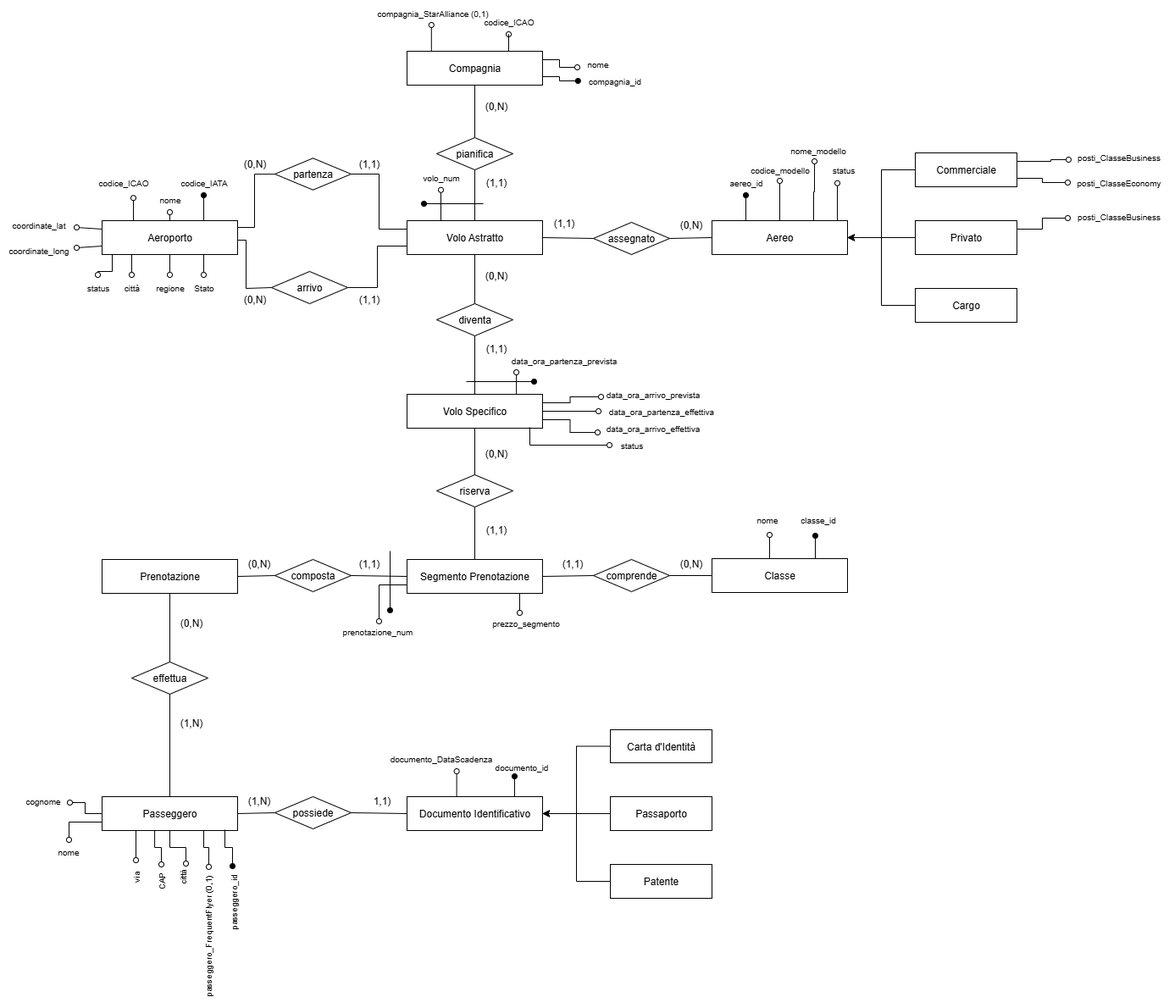
Above: SchemaEntityRelationship.png in beatricebi/CompagniaAerea (draw.io), before the change. Source tidied: cells renumbered, new cells last; positions are measured from the earlier drawing's top-left corner, leaving out a move shared by most shapes.
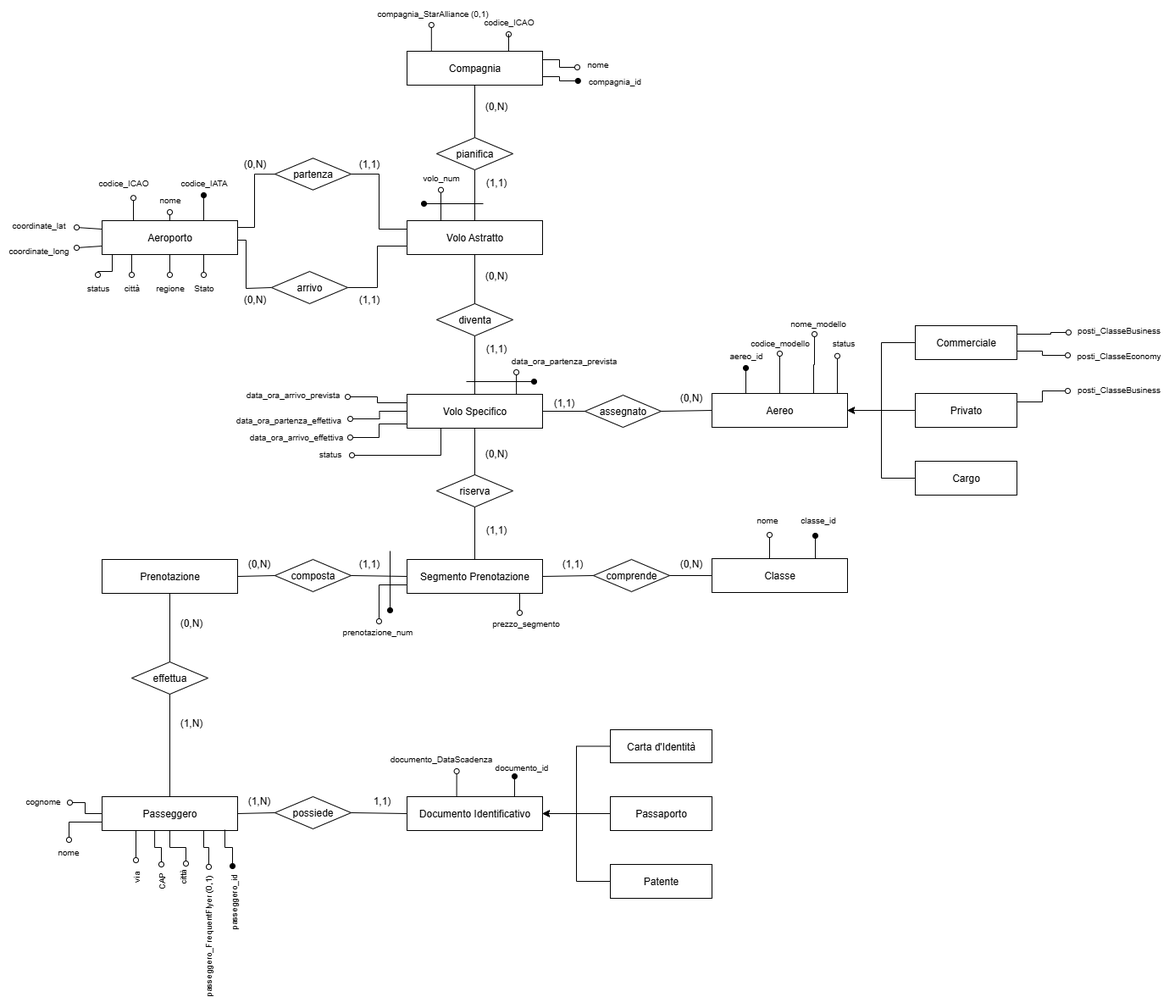
The same file after the commit.

The edit, as a diff of the source:
```diff
@@ -101,12 +101,12 @@
       <mxGeometry relative="1" as="geometry" />
     </mxCell>
     <mxCell id="30" value="Aereo" style="rounded=0;whiteSpace=wrap;html=1;" parent="1" vertex="1">
-      <mxGeometry x="840" y="260" width="160" height="40" as="geometry" />
+      <mxGeometry x="840" y="464" width="160" height="40" as="geometry" />
     </mxCell>
     <mxCell id="31" value="assegnato" style="rhombus;whiteSpace=wrap;html=1;" parent="1" vertex="1">
-      <mxGeometry x="700" y="262" width="90" height="38" as="geometry" />
+      <mxGeometry x="690" y="466" width="90" height="38" as="geometry" />
     </mxCell>
-    <mxCell id="32" style="endArrow=none;html=1;rounded=0;exitX=1;exitY=0.5;exitDx=0;exitDy=0;entryX=0;entryY=0.5;entryDx=0;entryDy=0;" parent="1" edge="1" source="26" target="31">
+    <mxCell id="32" style="endArrow=none;html=1;rounded=0;exitX=1;exitY=0.5;exitDx=0;exitDy=0;entryX=0;entryY=0.5;entryDx=0;entryDy=0;" parent="1" edge="1" source="80" target="31">
       <mxGeometry relative="1" as="geometry" />
     </mxCell>
     <mxCell id="33" style="endArrow=none;html=1;rounded=0;exitX=1;exitY=0.5;exitDx=0;exitDy=0;entryX=0;entryY=0.5;entryDx=0;entryDy=0;" parent="1" edge="1" source="31" target="30">
@@ -119,52 +119,52 @@
       <mxGeometry relative="1" as="geometry" />
     </mxCell>
     <mxCell id="36" value="Commerciale" style="whiteSpace=wrap;html=1;" parent="1" vertex="1">
-      <mxGeometry x="1080" y="180" width="120" height="40" as="geometry" />
+      <mxGeometry x="1080" y="384" width="120" height="40" as="geometry" />
     </mxCell>
     <mxCell id="37" style="edgeStyle=orthogonalEdgeStyle;rounded=0;jettySize=auto;html=1;entryX=1;entryY=0.5;entryDx=0;entryDy=0;" parent="1" edge="1" source="38" target="30">
       <mxGeometry relative="1" as="geometry" />
     </mxCell>
     <mxCell id="38" value="Privato" style="rounded=0;whiteSpace=wrap;html=1;" parent="1" vertex="1">
-      <mxGeometry x="1080" y="260" width="120" height="40" as="geometry" />
+      <mxGeometry x="1080" y="464" width="120" height="40" as="geometry" />
     </mxCell>
     <mxCell id="39" style="edgeStyle=orthogonalEdgeStyle;rounded=0;jettySize=auto;html=1;exitX=0;exitY=0.5;exitDx=0;exitDy=0;entryX=1;entryY=0.5;entryDx=0;entryDy=0;" parent="1" edge="1" source="40" target="30">
       <mxGeometry relative="1" as="geometry" />
     </mxCell>
     <mxCell id="40" value="Cargo" style="rounded=0;whiteSpace=wrap;html=1;" parent="1" vertex="1">
-      <mxGeometry x="1080" y="340" width="120" height="40" as="geometry" />
+      <mxGeometry x="1080" y="544" width="120" height="40" as="geometry" />
     </mxCell>
     <mxCell id="41" value="&lt;font style=&quot;font-size: 10px;&quot;&gt;aereo_id&lt;/font&gt;" style="text;html=1;align=center;verticalAlign=middle;points=[];strokeColor=none;fillColor=none;" parent="1" vertex="1">
-      <mxGeometry x="850" y="200" width="60" height="30" as="geometry" />
+      <mxGeometry x="850" y="404" width="60" height="30" as="geometry" />
     </mxCell>
     <mxCell id="42" value="&lt;font style=&quot;font-size: 10px;&quot;&gt;codice_modello&lt;/font&gt;" style="text;html=1;align=center;verticalAlign=middle;points=[];strokeColor=none;fillColor=none;" parent="1" vertex="1">
-      <mxGeometry x="875" y="185" width="90" height="30" as="geometry" />
+      <mxGeometry x="875" y="389" width="90" height="30" as="geometry" />
     </mxCell>
     <mxCell id="43" style="edgeStyle=orthogonalEdgeStyle;rounded=0;jettySize=auto;html=1;exitX=0.5;exitY=0;exitDx=0;exitDy=0;entryX=0.5;entryY=0.933;entryDx=0;entryDy=0;entryPerimeter=0;endArrow=oval;endFill=0;" parent="1" edge="1" source="30" target="42">
       <mxGeometry relative="1" as="geometry" />
     </mxCell>
     <mxCell id="44" value="&lt;font style=&quot;font-size: 10px;&quot;&gt;status&lt;/font&gt;" style="text;html=1;align=center;verticalAlign=middle;points=[];strokeColor=none;fillColor=none;" parent="1" vertex="1">
-      <mxGeometry x="970" y="185" width="50" height="30" as="geometry" />
+      <mxGeometry x="970" y="389" width="50" height="30" as="geometry" />
     </mxCell>
     <mxCell id="45" style="edgeStyle=orthogonalEdgeStyle;rounded=0;jettySize=auto;html=1;exitX=0.925;exitY=0;exitDx=0;exitDy=0;entryX=0.36;entryY=1.025;entryDx=0;entryDy=0;entryPerimeter=0;endArrow=oval;endFill=0;exitPerimeter=0;" parent="1" edge="1" source="30" target="44">
       <mxGeometry relative="1" as="geometry" />
     </mxCell>
     <mxCell id="46" value="&lt;font style=&quot;font-size: 10px;&quot;&gt;posti_ClasseBusiness&lt;/font&gt;" style="text;html=1;align=center;verticalAlign=middle;points=[];strokeColor=none;fillColor=none;" parent="1" vertex="1">
-      <mxGeometry x="1260" y="170" width="120" height="30" as="geometry" />
+      <mxGeometry x="1260" y="374" width="120" height="30" as="geometry" />
     </mxCell>
     <mxCell id="47" style="edgeStyle=orthogonalEdgeStyle;rounded=0;jettySize=auto;html=1;exitX=1;exitY=0.25;exitDx=0;exitDy=0;entryX=0.008;entryY=0.6;entryDx=0;entryDy=0;entryPerimeter=0;endArrow=oval;endFill=0;" parent="1" edge="1" source="36" target="46">
       <mxGeometry relative="1" as="geometry">
         <Array as="points">
-          <mxPoint x="1240" y="190" />
-          <mxPoint x="1240" y="188" />
-          <mxPoint x="1261" y="188" />
+          <mxPoint x="1240" y="394" />
+          <mxPoint x="1240" y="392" />
+          <mxPoint x="1261" y="392" />
         </Array>
       </mxGeometry>
     </mxCell>
     <mxCell id="48" value="&lt;font style=&quot;font-size: 10px;&quot;&gt;posti_ClasseEconomy&lt;/font&gt;" style="text;html=1;align=center;verticalAlign=middle;points=[];strokeColor=none;fillColor=none;" parent="1" vertex="1">
-      <mxGeometry x="1260" y="200" width="120" height="30" as="geometry" />
+      <mxGeometry x="1260" y="404" width="120" height="30" as="geometry" />
     </mxCell>
     <mxCell id="49" value="&lt;font style=&quot;font-size: 10px;&quot;&gt;posti_ClasseBusiness&lt;/font&gt;" style="text;html=1;align=center;verticalAlign=middle;points=[];strokeColor=none;fillColor=none;" parent="1" vertex="1">
-      <mxGeometry x="1260" y="240" width="120" height="30" as="geometry" />
+      <mxGeometry x="1260" y="444" width="120" height="30" as="geometry" />
     </mxCell>
     <mxCell id="50" style="edgeStyle=orthogonalEdgeStyle;rounded=0;jettySize=auto;html=1;exitX=1;exitY=0.25;exitDx=0;exitDy=0;entryX=0;entryY=0.567;entryDx=0;entryDy=0;entryPerimeter=0;endArrow=oval;endFill=0;" parent="1" edge="1" source="38" target="49">
       <mxGeometry relative="1" as="geometry" />
@@ -302,13 +302,13 @@
       <mxGeometry relative="1" as="geometry" />
     </mxCell>
     <mxCell id="94" value="&lt;font style=&quot;font-size: 10px;&quot;&gt;nome_modello&lt;/font&gt;" style="text;html=1;align=center;verticalAlign=middle;points=[];strokeColor=none;fillColor=none;" parent="1" vertex="1">
-      <mxGeometry x="920" y="162" width="90" height="30" as="geometry" />
+      <mxGeometry x="920" y="366" width="90" height="30" as="geometry" />
     </mxCell>
     <mxCell id="95" style="edgeStyle=orthogonalEdgeStyle;rounded=0;jettySize=auto;html=1;exitX=0.75;exitY=0;exitDx=0;exitDy=0;entryX=0.456;entryY=0.933;entryDx=0;entryDy=0;entryPerimeter=0;endArrow=oval;endFill=0;" parent="1" edge="1" source="30" target="94">
       <mxGeometry relative="1" as="geometry">
         <Array as="points">
-          <mxPoint x="960" y="226" />
-          <mxPoint x="961" y="226" />
+          <mxPoint x="960" y="430" />
+          <mxPoint x="961" y="430" />
         </Array>
       </mxGeometry>
     </mxCell>
@@ -439,10 +439,10 @@
       <mxGeometry x="560" y="110" width="50" height="30" as="geometry" />
     </mxCell>
     <mxCell id="136" value="(1,1)" style="text;html=1;align=center;verticalAlign=middle;strokeColor=none;fillColor=none;" parent="1" vertex="1">
-      <mxGeometry x="640" y="248" width="50" height="30" as="geometry" />
+      <mxGeometry x="640" y="460" width="50" height="30" as="geometry" />
     </mxCell>
     <mxCell id="137" value="(0,N)" style="text;html=1;align=center;verticalAlign=middle;strokeColor=none;fillColor=none;" parent="1" vertex="1">
-      <mxGeometry x="790" y="250" width="50" height="30" as="geometry" />
+      <mxGeometry x="790" y="454" width="50" height="30" as="geometry" />
     </mxCell>
     <mxCell id="138" value="(1,1)" style="text;html=1;align=center;verticalAlign=middle;strokeColor=none;fillColor=none;" parent="1" vertex="1">
       <mxGeometry x="410" y="178" width="50" height="30" as="geometry" />
@@ -463,27 +463,33 @@
       <mxGeometry x="430" y="930" width="40" height="30" as="geometry" />
     </mxCell>
     <mxCell id="144" value="&lt;font style=&quot;font-size: 10px;&quot;&gt;data_ora_arrivo_prevista&lt;/font&gt;" style="text;html=1;align=center;verticalAlign=middle;points=[];strokeColor=none;fillColor=none;" parent="1" vertex="1">
-      <mxGeometry x="705" y="450" width="130" height="30" as="geometry" />
+      <mxGeometry x="280" y="450" width="130" height="30" as="geometry" />
     </mxCell>
-    <mxCell id="145" style="edgeStyle=orthogonalEdgeStyle;rounded=0;jettySize=auto;html=1;exitX=1;exitY=0.25;exitDx=0;exitDy=0;entryX=0.031;entryY=0.6;entryDx=0;entryDy=0;entryPerimeter=0;endArrow=oval;endFill=0;" parent="1" edge="1" source="80" target="144">
+    <mxCell id="145" style="edgeStyle=orthogonalEdgeStyle;rounded=0;jettySize=auto;html=1;exitX=0;exitY=0.25;exitDx=0;exitDy=0;endArrow=oval;endFill=0;entryX=1;entryY=0.6;entryDx=0;entryDy=0;entryPerimeter=0;" parent="1" edge="1" source="80" target="144">
       <mxGeometry relative="1" as="geometry" />
     </mxCell>
     <mxCell id="146" value="&lt;font style=&quot;font-size: 10px;&quot;&gt;data_ora_partenza_effettiva&lt;/font&gt;" style="text;html=1;align=center;verticalAlign=middle;points=[];strokeColor=none;fillColor=none;" parent="1" vertex="1">
-      <mxGeometry x="705" y="470" width="150" height="30" as="geometry" />
+      <mxGeometry x="265" y="480" width="150" height="30" as="geometry" />
     </mxCell>
-    <mxCell id="147" style="edgeStyle=orthogonalEdgeStyle;rounded=0;jettySize=auto;html=1;exitX=1;exitY=0.5;exitDx=0;exitDy=0;entryX=0.007;entryY=0.5;entryDx=0;entryDy=0;entryPerimeter=0;endArrow=oval;endFill=0;" parent="1" edge="1" source="80" target="146">
+    <mxCell id="147" style="edgeStyle=orthogonalEdgeStyle;rounded=0;jettySize=auto;html=1;exitX=0;exitY=0.5;exitDx=0;exitDy=0;entryX=0.987;entryY=0.467;entryDx=0;entryDy=0;entryPerimeter=0;endArrow=oval;endFill=0;" parent="1" edge="1" source="80" target="146">
       <mxGeometry relative="1" as="geometry" />
     </mxCell>
     <mxCell id="148" value="&lt;font style=&quot;font-size: 10px;&quot;&gt;data_ora_arrivo_effettiva&lt;/font&gt;" style="text;html=1;align=center;verticalAlign=middle;points=[];strokeColor=none;fillColor=none;" parent="1" vertex="1">
-      <mxGeometry x="705" y="490" width="130" height="30" as="geometry" />
+      <mxGeometry x="284" y="500" width="130" height="30" as="geometry" />
     </mxCell>
-    <mxCell id="149" style="edgeStyle=orthogonalEdgeStyle;rounded=0;jettySize=auto;html=1;exitX=1;exitY=0.75;exitDx=0;exitDy=0;entryX=0;entryY=0.667;entryDx=0;entryDy=0;entryPerimeter=0;endArrow=oval;endFill=0;" parent="1" edge="1" source="80" target="148">
-      <mxGeometry relative="1" as="geometry" />
+    <mxCell id="149" style="edgeStyle=orthogonalEdgeStyle;rounded=0;jettySize=auto;html=1;exitX=0;exitY=0.75;exitDx=0;exitDy=0;entryX=0.992;entryY=0.533;entryDx=0;entryDy=0;entryPerimeter=0;endArrow=oval;endFill=0;" parent="1" edge="1" source="80" target="148">
+      <mxGeometry relative="1" as="geometry">
+        <Array as="points">
+          <mxPoint x="480" y="500" />
+          <mxPoint x="447" y="500" />
+          <mxPoint x="447" y="516" />
+        </Array>
+      </mxGeometry>
     </mxCell>
     <mxCell id="150" value="&lt;font style=&quot;font-size: 10px;&quot;&gt;status&lt;/font&gt;" style="text;html=1;align=center;verticalAlign=middle;points=[];strokeColor=none;fillColor=none;" parent="1" vertex="1">
-      <mxGeometry x="720" y="510" width="50" height="30" as="geometry" />
+      <mxGeometry x="364" y="520" width="50" height="30" as="geometry" />
     </mxCell>
-    <mxCell id="151" style="edgeStyle=orthogonalEdgeStyle;rounded=0;jettySize=auto;html=1;exitX=0.906;exitY=0.975;exitDx=0;exitDy=0;entryX=-0.02;entryY=0.5;entryDx=0;entryDy=0;entryPerimeter=0;endArrow=oval;endFill=0;exitPerimeter=0;" parent="1" edge="1" source="80" target="150">
+    <mxCell id="151" style="edgeStyle=orthogonalEdgeStyle;rounded=0;jettySize=auto;html=1;exitX=0.25;exitY=1;exitDx=0;exitDy=0;entryX=1.02;entryY=0.567;entryDx=0;entryDy=0;entryPerimeter=0;endArrow=oval;endFill=0;" parent="1" edge="1" source="80" target="150">
       <mxGeometry relative="1" as="geometry" />
     </mxCell>
     <mxCell id="152" value="&lt;font style=&quot;font-size: 10px;&quot;&gt;prezzo_segmento&lt;/font&gt;" style="text;html=1;align=center;verticalAlign=middle;points=[];strokeColor=none;fillColor=none;" parent="1" vertex="1">
```
